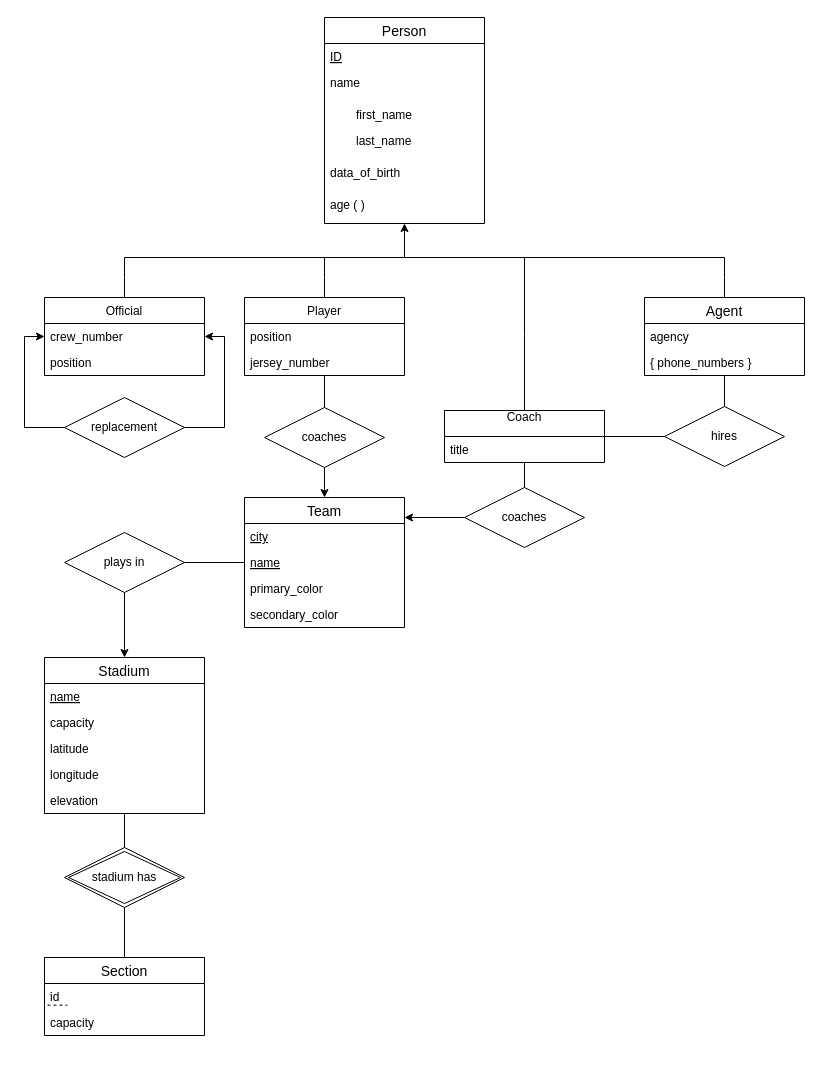
Above: problem1.drawio in JoeJonnalagadda41/DatabaseHomework1 (draw.io), before the change. Source tidied: cells renumbered, new cells numbered last; positions are measured from the earlier drawing's top-left corner, leaving out a move shared by most shapes. Both pictures are drawn from the tidied source at 100%, with x=0, y=0 at pixel (44, 17).
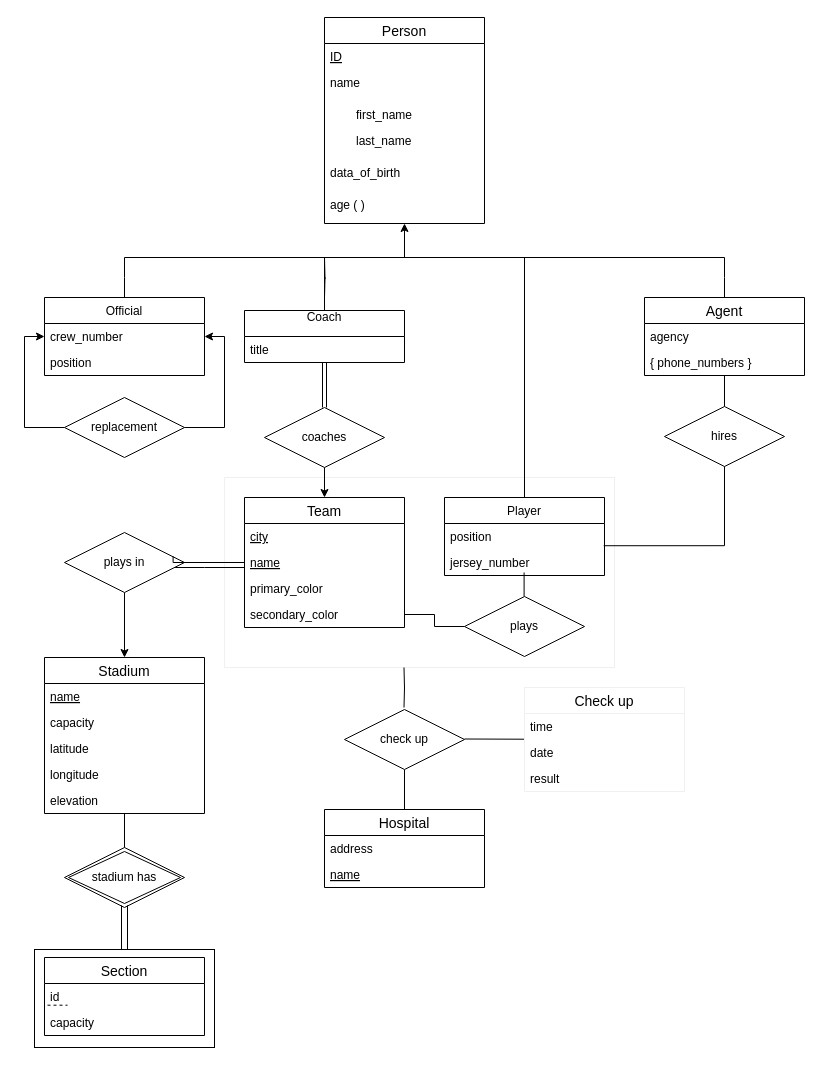
After the change.

Unchanged cells that the change refers to:
```xml
<mxCell id="24" value="plays in" style="shape=rhombus;perimeter=rhombusPerimeter;whiteSpace=wrap;html=1;align=center;" parent="1" vertex="1">
  <mxGeometry x="20" y="515" width="120" height="60" as="geometry" />
</mxCell>
<mxCell id="27" value="Team" style="swimlane;fontStyle=0;horizontal=1;startSize=26;align=center;fontSize=14;" parent="1" vertex="1">
  <mxGeometry x="200" y="480" width="160" height="130" as="geometry" />
</mxCell>
<mxCell id="29" value="name" style="text;strokeColor=none;fillColor=none;spacingLeft=4;spacingRight=4;overflow=hidden;points=[[0,0.5],[1,0.5]];portConstraint=eastwest;fontSize=12;fontStyle=4;" parent="27" vertex="1">
  <mxGeometry y="52" width="160" height="26" as="geometry" />
</mxCell>
<mxCell id="31" value="secondary_color" style="text;strokeColor=none;fillColor=none;spacingLeft=4;spacingRight=4;overflow=hidden;points=[[0,0.5],[1,0.5]];portConstraint=eastwest;fontSize=12;" parent="27" vertex="1">
  <mxGeometry y="104" width="160" height="26" as="geometry" />
</mxCell>
<mxCell id="32" value="stadium has" style="shape=rhombus;double=1;perimeter=rhombusPerimeter;whiteSpace=wrap;html=1;align=center;fillColor=none;gradientColor=none;" parent="1" vertex="1">
  <mxGeometry x="20" y="830" width="120" height="60" as="geometry" />
</mxCell>
<mxCell id="43" value="coaches" style="shape=rhombus;perimeter=rhombusPerimeter;whiteSpace=wrap;html=1;align=center;fillColor=none;gradientColor=none;" parent="1" vertex="1">
  <mxGeometry x="220" y="390" width="120" height="60" as="geometry" />
</mxCell>
<mxCell id="52" value="Section" style="swimlane;fontStyle=0;horizontal=1;startSize=26;align=center;fontSize=14;" parent="1" vertex="1">
  <mxGeometry y="940" width="160" height="78" as="geometry" />
</mxCell>
<mxCell id="58" value="hires" style="shape=rhombus;perimeter=rhombusPerimeter;whiteSpace=wrap;html=1;align=center;fillColor=none;gradientColor=none;" parent="1" vertex="1">
  <mxGeometry x="620" y="389" width="120" height="60" as="geometry" />
</mxCell>
```

Diff of the diagram source:
```diff
@@
+    <mxCell id="59" style="rounded=0;whiteSpace=wrap;html=1;strokeColor=#F0F0F0;" parent="1" vertex="1">
+      <mxGeometry x="180" y="460" width="390" height="190" as="geometry" />
+    </mxCell>
+    <mxCell id="60" style="rounded=0;whiteSpace=wrap;html=1;" parent="1" vertex="1">
+      <mxGeometry x="-10" y="932" width="180" height="98" as="geometry" />
+    </mxCell>
@@
     <mxCell id="22" style="edgeStyle=orthogonalEdgeStyle;rounded=0;jettySize=auto;html=1;endArrow=none;endFill=0;" parent="1" edge="1" source="24" target="27">
-      <mxGeometry relative="1" as="geometry" />
+      <mxGeometry relative="1" as="geometry">
+        <Array as="points">
+          <mxPoint x="160" y="550" />
+          <mxPoint x="160" y="550" />
+        </Array>
+      </mxGeometry>
     </mxCell>
@@
-    <mxCell id="26" style="edgeStyle=orthogonalEdgeStyle;rounded=0;jettySize=auto;html=1;endArrow=none;endFill=0;" parent="1" edge="1" source="32" target="52">
-      <mxGeometry relative="1" as="geometry" />
+    <mxCell id="26" style="edgeStyle=orthogonalEdgeStyle;rounded=0;orthogonalLoop=1;jettySize=auto;html=1;endArrow=none;endFill=0;entryX=0.478;entryY=-0.002;entryDx=0;entryDy=0;entryPerimeter=0;" parent="1" edge="1">
+      <mxGeometry relative="1" as="geometry">
+        <mxPoint x="77" y="888" as="sourcePoint" />
+        <mxPoint x="77" y="931.8" as="targetPoint" />
+      </mxGeometry>
     </mxCell>
@@
+    <mxCell id="61" style="edgeStyle=orthogonalEdgeStyle;rounded=0;jettySize=auto;html=1;endArrow=none;endFill=0;" parent="1" edge="1" source="35">
+      <mxGeometry relative="1" as="geometry">
+        <mxPoint x="480" y="240" as="targetPoint" />
+      </mxGeometry>
+    </mxCell>
@@
-    <mxCell id="33" style="edgeStyle=orthogonalEdgeStyle;rounded=0;jettySize=auto;html=1;endArrow=none;endFill=0;" parent="1" edge="1" source="50">
-      <mxGeometry relative="1" as="geometry">
-        <mxPoint x="480" y="240" as="targetPoint" />
-      </mxGeometry>
-    </mxCell>
-    <mxCell id="34" style="edgeStyle=orthogonalEdgeStyle;rounded=0;jettySize=auto;html=1;endArrow=none;endFill=0;" parent="1" edge="1" source="35">
+    <mxCell id="34" style="edgeStyle=orthogonalEdgeStyle;rounded=0;orthogonalLoop=1;jettySize=auto;html=1;endArrow=none;endFill=0;" parent="1" edge="1">
       <mxGeometry relative="1" as="geometry">
+        <mxPoint x="280" y="280" as="sourcePoint" />
         <mxPoint x="280" y="240" as="targetPoint" />
       </mxGeometry>
     </mxCell>
-    <mxCell id="35" value="Player" style="swimlane;fontStyle=0;horizontal=1;startSize=26;fillColor=none;" parent="1" vertex="1">
-      <mxGeometry x="200" y="280" width="160" height="78" as="geometry" />
-    </mxCell>
-    <mxCell id="36" value="position" style="text;strokeColor=none;fillColor=none;align=left;verticalAlign=top;spacingLeft=4;spacingRight=4;overflow=hidden;points=[[0,0.5],[1,0.5]];portConstraint=eastwest;" parent="35" vertex="1">
-      <mxGeometry y="26" width="160" height="26" as="geometry" />
-    </mxCell>
-    <mxCell id="37" value="jersey_number" style="text;strokeColor=none;fillColor=none;align=left;verticalAlign=top;spacingLeft=4;spacingRight=4;overflow=hidden;" parent="35" vertex="1">
-      <mxGeometry y="52" width="160" height="26" as="geometry" />
-    </mxCell>
-    <mxCell id="38" style="edgeStyle=orthogonalEdgeStyle;rounded=0;jettySize=auto;html=1;endArrow=none;endFill=0;" parent="1" edge="1" source="40" target="50">
-      <mxGeometry relative="1" as="geometry" />
-    </mxCell>
-    <mxCell id="39" style="edgeStyle=orthogonalEdgeStyle;rounded=0;jettySize=auto;html=1;endArrow=classic;endFill=1;" parent="1" edge="1" source="40" target="27">
-      <mxGeometry relative="1" as="geometry">
-        <Array as="points">
-          <mxPoint x="370" y="500" />
-          <mxPoint x="370" y="500" />
-        </Array>
-      </mxGeometry>
-    </mxCell>
+    <mxCell id="62" style="edgeStyle=orthogonalEdgeStyle;rounded=0;jettySize=auto;html=1;entryX=1;entryY=0.5;entryDx=0;entryDy=0;endArrow=none;endFill=0;" parent="1" edge="1" source="40" target="31">
+      <mxGeometry relative="1" as="geometry" />
+    </mxCell>
-    <mxCell id="40" value="coaches" style="shape=rhombus;perimeter=rhombusPerimeter;whiteSpace=wrap;html=1;align=center;fillColor=none;gradientColor=none;" parent="1" vertex="1">
-      <mxGeometry x="420" y="470" width="120" height="60" as="geometry" />
+    <mxCell id="40" value="plays" style="shape=rhombus;perimeter=rhombusPerimeter;whiteSpace=wrap;html=1;align=center;fillColor=none;gradientColor=none;" parent="1" vertex="1">
+      <mxGeometry x="420" y="579" width="120" height="60" as="geometry" />
     </mxCell>
-    <mxCell id="41" style="edgeStyle=orthogonalEdgeStyle;rounded=0;jettySize=auto;html=1;endArrow=none;endFill=0;" parent="1" edge="1" source="43" target="35">
-      <mxGeometry relative="1" as="geometry" />
-    </mxCell>
@@
-    <mxCell id="50" value="Coach&#10;" style="swimlane;fontStyle=0;horizontal=1;startSize=26;fillColor=none;" parent="1" vertex="1">
-      <mxGeometry x="400" y="393" width="160" height="52" as="geometry" />
-    </mxCell>
-    <mxCell id="51" value="title" style="text;strokeColor=none;fillColor=none;align=left;verticalAlign=top;spacingLeft=4;spacingRight=4;overflow=hidden;" parent="50" vertex="1">
-      <mxGeometry y="26" width="160" height="26" as="geometry" />
-    </mxCell>
@@
-    <mxCell id="56" style="edgeStyle=orthogonalEdgeStyle;rounded=0;jettySize=auto;html=1;endArrow=none;endFill=0;" parent="1" edge="1" source="58" target="50">
-      <mxGeometry relative="1" as="geometry" />
-    </mxCell>
@@
+    <mxCell id="63" style="edgeStyle=orthogonalEdgeStyle;rounded=0;jettySize=auto;html=1;endArrow=none;endFill=0;entryX=0.995;entryY=0.855;entryDx=0;entryDy=0;entryPerimeter=0;" parent="1" edge="1" source="58" target="36">
+      <mxGeometry relative="1" as="geometry" />
+    </mxCell>
@@
+    <mxCell id="64" style="edgeStyle=orthogonalEdgeStyle;rounded=0;orthogonalLoop=1;jettySize=auto;html=1;endArrow=none;endFill=0;" parent="1" edge="1">
+      <mxGeometry relative="1" as="geometry">
+        <mxPoint x="278" y="345" as="sourcePoint" />
+        <mxPoint x="278" y="390" as="targetPoint" />
+      </mxGeometry>
+    </mxCell>
+    <mxCell id="65" style="edgeStyle=orthogonalEdgeStyle;rounded=0;jettySize=auto;html=1;endArrow=none;endFill=0;" parent="1" edge="1" source="50">
+      <mxGeometry relative="1" as="geometry">
+        <mxPoint x="280" y="240" as="targetPoint" />
+      </mxGeometry>
+    </mxCell>
+    <mxCell id="50" value="Coach&#10;" style="swimlane;fontStyle=0;horizontal=1;startSize=26;fillColor=none;" parent="1" vertex="1">
+      <mxGeometry x="200" y="293" width="160" height="52" as="geometry" />
+    </mxCell>
+    <mxCell id="51" value="title" style="text;strokeColor=none;fillColor=none;align=left;verticalAlign=top;spacingLeft=4;spacingRight=4;overflow=hidden;" parent="50" vertex="1">
+      <mxGeometry y="26" width="160" height="26" as="geometry" />
+    </mxCell>
+    <mxCell id="66" style="edgeStyle=orthogonalEdgeStyle;rounded=0;orthogonalLoop=1;jettySize=auto;html=1;endArrow=none;endFill=0;" parent="1" edge="1">
+      <mxGeometry relative="1" as="geometry">
+        <mxPoint x="479.6" y="555" as="sourcePoint" />
+        <mxPoint x="479.6" y="579" as="targetPoint" />
+      </mxGeometry>
+    </mxCell>
+    <mxCell id="67" style="edgeStyle=orthogonalEdgeStyle;rounded=0;orthogonalLoop=1;jettySize=auto;html=1;endArrow=none;endFill=0;" parent="1" edge="1">
+      <mxGeometry relative="1" as="geometry">
+        <mxPoint x="282" y="345" as="sourcePoint" />
+        <mxPoint x="282" y="390" as="targetPoint" />
+      </mxGeometry>
+    </mxCell>
+    <mxCell id="68" style="edgeStyle=orthogonalEdgeStyle;rounded=0;orthogonalLoop=1;jettySize=auto;html=1;endArrow=none;endFill=0;entryX=0.522;entryY=-0.001;entryDx=0;entryDy=0;entryPerimeter=0;" parent="1" edge="1">
+      <mxGeometry relative="1" as="geometry">
+        <mxPoint x="83" y="888" as="sourcePoint" />
+        <mxPoint x="83" y="931.9" as="targetPoint" />
+      </mxGeometry>
+    </mxCell>
+    <mxCell id="69" style="edgeStyle=orthogonalEdgeStyle;rounded=0;jettySize=auto;html=1;endArrow=none;endFill=0;exitX=0.905;exitY=0.397;exitDx=0;exitDy=0;exitPerimeter=0;entryX=0;entryY=0.5;entryDx=0;entryDy=0;" parent="1" edge="1" source="24" target="29">
+      <mxGeometry relative="1" as="geometry">
+        <Array as="points">
+          <mxPoint x="129" y="545" />
+        </Array>
+      </mxGeometry>
+    </mxCell>
+    <mxCell id="70" style="edgeStyle=orthogonalEdgeStyle;rounded=0;jettySize=auto;html=1;endArrow=none;endFill=0;" parent="1" edge="1" source="71" target="74">
+      <mxGeometry relative="1" as="geometry" />
+    </mxCell>
+    <mxCell id="71" value="check up" style="shape=rhombus;perimeter=rhombusPerimeter;whiteSpace=wrap;html=1;align=center;" parent="1" vertex="1">
+      <mxGeometry x="300" y="692" width="120" height="60" as="geometry" />
+    </mxCell>
+    <mxCell id="35" value="Player" style="swimlane;fontStyle=0;horizontal=1;startSize=26;fillColor=none;" parent="1" vertex="1">
+      <mxGeometry x="400" y="480" width="160" height="78" as="geometry" />
+    </mxCell>
+    <mxCell id="36" value="position" style="text;strokeColor=none;fillColor=none;align=left;verticalAlign=top;spacingLeft=4;spacingRight=4;overflow=hidden;points=[[0,0.5],[1,0.5]];portConstraint=eastwest;" parent="35" vertex="1">
+      <mxGeometry y="26" width="160" height="26" as="geometry" />
+    </mxCell>
+    <mxCell id="37" value="jersey_number" style="text;strokeColor=none;fillColor=none;align=left;verticalAlign=top;spacingLeft=4;spacingRight=4;overflow=hidden;" parent="35" vertex="1">
+      <mxGeometry y="52" width="160" height="26" as="geometry" />
+    </mxCell>
+    <mxCell id="72" style="edgeStyle=orthogonalEdgeStyle;rounded=0;orthogonalLoop=1;jettySize=auto;html=1;endArrow=none;endFill=0;" parent="1" edge="1">
+      <mxGeometry relative="1" as="geometry">
+        <mxPoint x="359.5" y="650" as="sourcePoint" />
+        <mxPoint x="359.5" y="690" as="targetPoint" />
+      </mxGeometry>
+    </mxCell>
+    <mxCell id="73" style="endArrow=none;html=1;rounded=0;" parent="1" edge="1" target="77">
+      <mxGeometry relative="1" as="geometry">
+        <mxPoint x="420" y="721.5" as="sourcePoint" />
+      </mxGeometry>
+    </mxCell>
+    <mxCell id="74" value="Hospital" style="swimlane;fontStyle=0;horizontal=1;startSize=26;align=center;fontSize=14;" parent="1" vertex="1">
+      <mxGeometry x="280" y="792" width="160" height="78" as="geometry" />
+    </mxCell>
+    <mxCell id="75" value="address" style="text;strokeColor=none;fillColor=none;spacingLeft=4;spacingRight=4;overflow=hidden;fontSize=12;" parent="74" vertex="1">
+      <mxGeometry y="26" width="160" height="26" as="geometry" />
+    </mxCell>
+    <mxCell id="76" value="name" style="text;strokeColor=none;fillColor=none;spacingLeft=4;spacingRight=4;overflow=hidden;fontSize=12;fontStyle=4;" parent="74" vertex="1">
+      <mxGeometry y="52" width="160" height="26" as="geometry" />
+    </mxCell>
+    <mxCell id="77" value="Check up" style="swimlane;fontStyle=0;horizontal=1;startSize=26;align=center;fontSize=14;strokeColor=#F0F0F0;" parent="1" vertex="1">
+      <mxGeometry x="480" y="670" width="160" height="104" as="geometry" />
+    </mxCell>
+    <mxCell id="78" value="time" style="text;strokeColor=none;fillColor=none;spacingLeft=4;spacingRight=4;overflow=hidden;fontSize=12;" parent="77" vertex="1">
+      <mxGeometry y="26" width="160" height="26" as="geometry" />
+    </mxCell>
+    <mxCell id="79" value="date" style="text;strokeColor=none;fillColor=none;spacingLeft=4;spacingRight=4;overflow=hidden;fontSize=12;" parent="77" vertex="1">
+      <mxGeometry y="52" width="160" height="26" as="geometry" />
+    </mxCell>
+    <mxCell id="80" value="result" style="text;strokeColor=none;fillColor=none;spacingLeft=4;spacingRight=4;overflow=hidden;fontSize=12;" parent="77" vertex="1">
+      <mxGeometry y="78" width="160" height="26" as="geometry" />
+    </mxCell>
```
